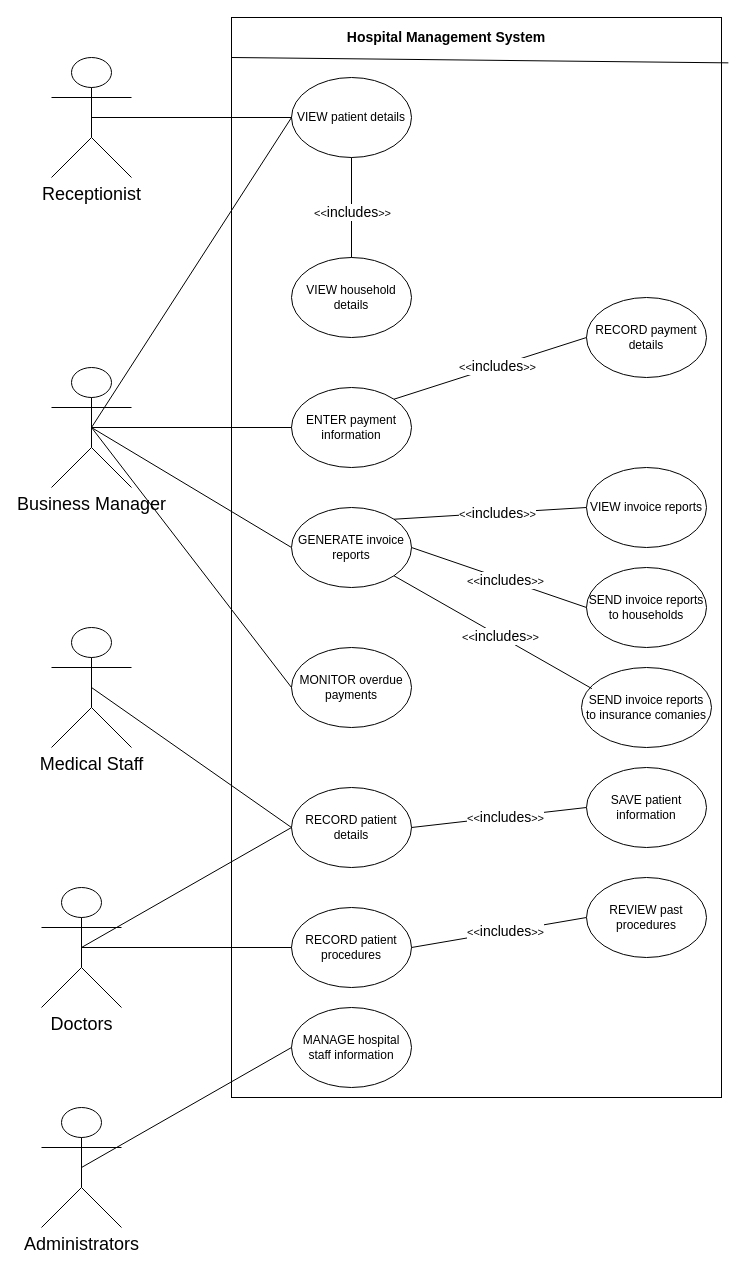
Above: Object Oriented Systems - COMP CO835/Case Study/use case for case study.drawio in Learning-Journey-Tcoons1413/Semester-3 (draw.io), before the change. Source tidied: cells renumbered, new cells numbered last; positions are measured from the earlier drawing's top-left corner, leaving out a move shared by most shapes. Both pictures are drawn from the tidied source at 100%, with x=0, y=0 at pixel (41, 17).
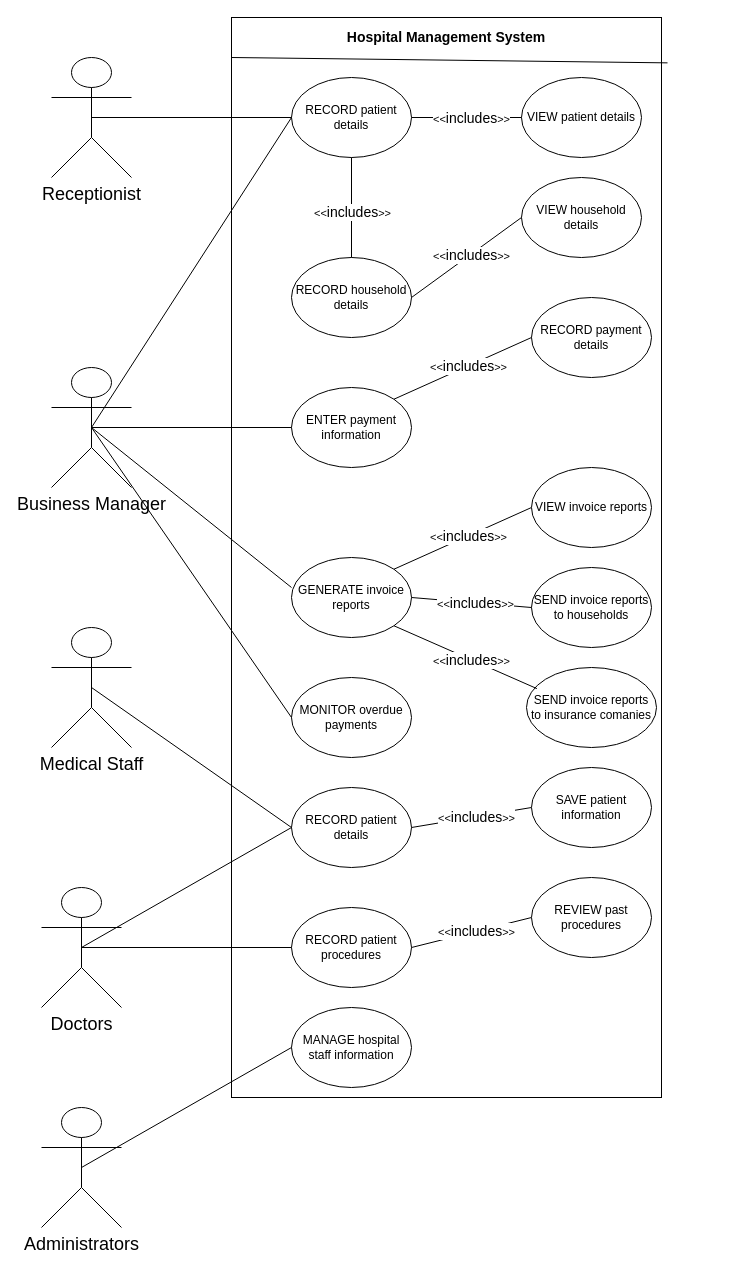
After the change.

Unchanged cells that the change refers to:
```xml
<mxCell id="9" value="&lt;font style=&quot;font-size: 18px;&quot;&gt;Business Manager&lt;/font&gt;" style="shape=umlActor;verticalLabelPosition=bottom;verticalAlign=top;html=1;outlineConnect=0;" parent="1" vertex="1">
  <mxGeometry x="10" y="350" width="80" height="120" as="geometry" />
</mxCell>
```

Diff of the diagram source:
```diff
@@
     <mxCell id="2" style="rounded=0;whiteSpace=wrap;html=1;" parent="1" vertex="1">
-      <mxGeometry x="190" width="490" height="1080" as="geometry" />
+      <mxGeometry x="190" width="430" height="1080" as="geometry" />
     </mxCell>
@@
-    <mxCell id="5" value="VIEW patient details" style="ellipse;whiteSpace=wrap;html=1;" parent="1" vertex="1">
+    <mxCell id="5" value="RECORD patient details" style="ellipse;whiteSpace=wrap;html=1;" parent="1" vertex="1">
       <mxGeometry x="250" y="60" width="120" height="80" as="geometry" />
     </mxCell>
-    <mxCell id="6" value="VIEW household details" style="ellipse;whiteSpace=wrap;html=1;" parent="1" vertex="1">
+    <mxCell id="6" value="RECORD&amp;nbsp;household details" style="ellipse;whiteSpace=wrap;html=1;" parent="1" vertex="1">
       <mxGeometry x="250" y="240" width="120" height="80" as="geometry" />
     </mxCell>
@@
-    <mxCell id="18" style="endArrow=none;html=1;rounded=0;exitX=0.5;exitY=0.5;exitDx=0;exitDy=0;exitPerimeter=0;entryX=0;entryY=0.5;entryDx=0;entryDy=0;" parent="1" edge="1" source="9" target="22">
-      <mxGeometry relative="1" as="geometry" />
+    <mxCell id="18" style="endArrow=none;html=1;rounded=0;exitX=0.5;exitY=0.5;exitDx=0;exitDy=0;exitPerimeter=0;entryX=0;entryY=0.5;entryDx=0;entryDy=0;" parent="1" edge="1" source="9">
+      <mxGeometry relative="1" as="geometry">
+        <mxPoint x="250" y="570" as="targetPoint" />
+      </mxGeometry>
     </mxCell>
     <mxCell id="19" value="RECORD payment details" style="ellipse;whiteSpace=wrap;html=1;" parent="1" vertex="1">
-      <mxGeometry x="545" y="280" width="120" height="80" as="geometry" />
+      <mxGeometry x="490" y="280" width="120" height="80" as="geometry" />
     </mxCell>
@@
     <mxCell id="22" value="GENERATE invoice reports" style="ellipse;whiteSpace=wrap;html=1;" parent="1" vertex="1">
-      <mxGeometry x="250" y="490" width="120" height="80" as="geometry" />
+      <mxGeometry x="250" y="540" width="120" height="80" as="geometry" />
     </mxCell>
@@
     <mxCell id="25" value="VIEW invoice reports" style="ellipse;whiteSpace=wrap;html=1;" parent="1" vertex="1">
-      <mxGeometry x="545" y="450" width="120" height="80" as="geometry" />
+      <mxGeometry x="490" y="450" width="120" height="80" as="geometry" />
     </mxCell>
     <mxCell id="26" value="SEND invoice reports to households" style="ellipse;whiteSpace=wrap;html=1;" parent="1" vertex="1">
-      <mxGeometry x="545" y="550" width="120" height="80" as="geometry" />
+      <mxGeometry x="490" y="550" width="120" height="80" as="geometry" />
     </mxCell>
@@
     <mxCell id="29" value="SEND invoice reports to insurance comanies" style="ellipse;whiteSpace=wrap;html=1;" parent="1" vertex="1">
-      <mxGeometry x="540" y="650" width="130" height="80" as="geometry" />
+      <mxGeometry x="485" y="650" width="130" height="80" as="geometry" />
     </mxCell>
@@
     <mxCell id="32" value="MONITOR overdue payments" style="ellipse;whiteSpace=wrap;html=1;" parent="1" vertex="1">
-      <mxGeometry x="250" y="630" width="120" height="80" as="geometry" />
+      <mxGeometry x="250" y="660" width="120" height="80" as="geometry" />
     </mxCell>
@@
     <mxCell id="37" value="SAVE patient information" style="ellipse;whiteSpace=wrap;html=1;" parent="1" vertex="1">
-      <mxGeometry x="545" y="750" width="120" height="80" as="geometry" />
+      <mxGeometry x="490" y="750" width="120" height="80" as="geometry" />
     </mxCell>
@@
     <mxCell id="44" value="REVIEW past procedures" style="ellipse;whiteSpace=wrap;html=1;" parent="1" vertex="1">
-      <mxGeometry x="545" y="860" width="120" height="80" as="geometry" />
+      <mxGeometry x="490" y="860" width="120" height="80" as="geometry" />
     </mxCell>
@@
+    <mxCell id="47" value="VIEW patient details" style="ellipse;whiteSpace=wrap;html=1;" parent="1" vertex="1">
+      <mxGeometry x="480" y="60" width="120" height="80" as="geometry" />
+    </mxCell>
+    <mxCell id="48" value="VIEW household details" style="ellipse;whiteSpace=wrap;html=1;" parent="1" vertex="1">
+      <mxGeometry x="480" y="160" width="120" height="80" as="geometry" />
+    </mxCell>
+    <mxCell id="49" style="endArrow=none;html=1;rounded=0;exitX=1;exitY=0.5;exitDx=0;exitDy=0;entryX=0;entryY=0.5;entryDx=0;entryDy=0;" parent="1" edge="1" source="5" target="47">
+      <mxGeometry relative="1" as="geometry" />
+    </mxCell>
+    <mxCell id="50" value="&amp;lt;&amp;lt;&lt;font style=&quot;font-size: 14px;&quot;&gt;includes&lt;/font&gt;&amp;gt;&amp;gt;" style="edgeLabel;html=1;align=center;verticalAlign=middle;" parent="49" vertex="1">
+      <mxGeometry x="0.07" relative="1" as="geometry" />
+    </mxCell>
+    <mxCell id="51" style="endArrow=none;html=1;rounded=0;exitX=1;exitY=0.5;exitDx=0;exitDy=0;entryX=0;entryY=0.5;entryDx=0;entryDy=0;" parent="1" edge="1" source="6" target="48">
+      <mxGeometry relative="1" as="geometry" />
+    </mxCell>
+    <mxCell id="52" value="&amp;lt;&amp;lt;&lt;font style=&quot;font-size: 14px;&quot;&gt;includes&lt;/font&gt;&amp;gt;&amp;gt;" style="edgeLabel;html=1;align=center;verticalAlign=middle;" parent="51" vertex="1">
+      <mxGeometry x="0.07" relative="1" as="geometry" />
+    </mxCell>
```
